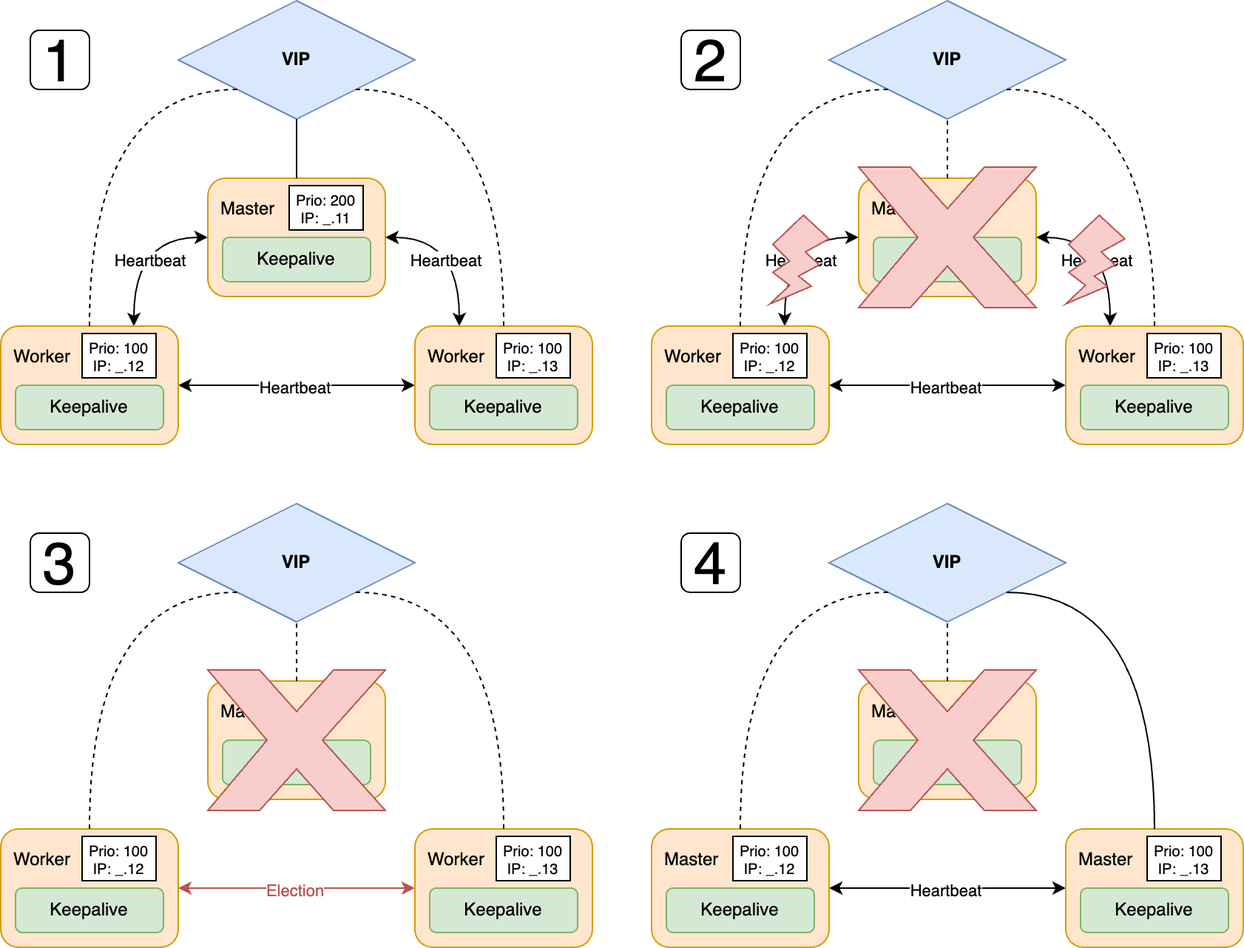
GehriJan/distributed-systems-exam keeps this draw.io diagram as assets/distributed_systems_architecture_error_01.png. Above is the earlier version. Source tidied: cells renumbered, new cells last; positions are measured from the earlier drawing's top-left corner, leaving out a move shared by most shapes.
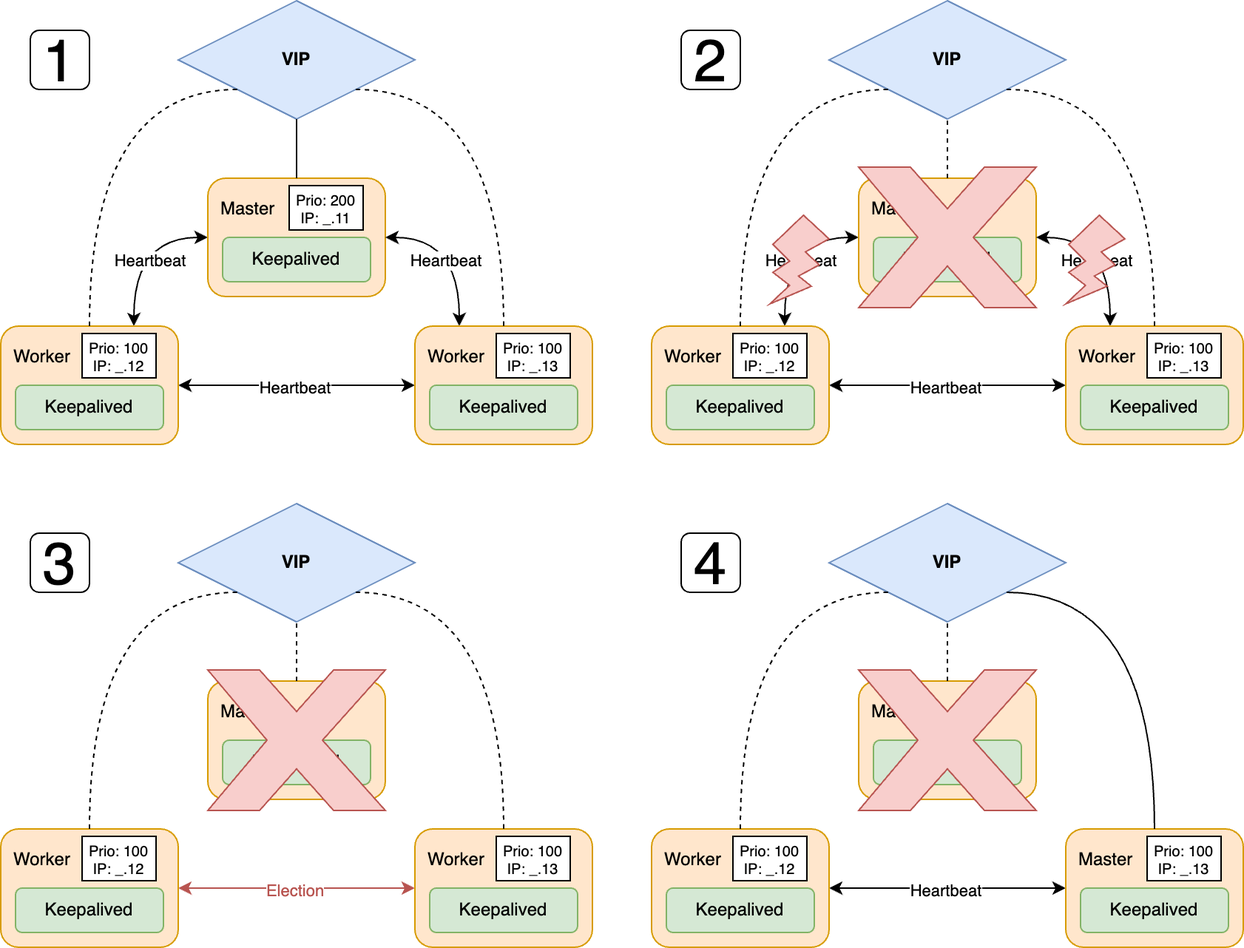
After the commit.

The edit, as a diff of the source:
```diff
@@ -53,13 +53,13 @@
         </Array>
       </mxGeometry>
     </mxCell>
-    <mxCell id="15" value="Keepalive" style="rounded=1;whiteSpace=wrap;html=1;fillColor=#d5e8d4;strokeColor=#82b366;" parent="1" vertex="1">
+    <mxCell id="15" value="Keepalived" style="rounded=1;whiteSpace=wrap;html=1;fillColor=#d5e8d4;strokeColor=#82b366;" parent="1" vertex="1">
       <mxGeometry x="10" y="260" width="100" height="30" as="geometry" />
     </mxCell>
-    <mxCell id="16" value="Keepalive" style="rounded=1;whiteSpace=wrap;html=1;fillColor=#d5e8d4;strokeColor=#82b366;" parent="1" vertex="1">
+    <mxCell id="16" value="Keepalived" style="rounded=1;whiteSpace=wrap;html=1;fillColor=#d5e8d4;strokeColor=#82b366;" parent="1" vertex="1">
       <mxGeometry x="150" y="160" width="100" height="30" as="geometry" />
     </mxCell>
-    <mxCell id="17" value="Keepalive" style="rounded=1;whiteSpace=wrap;html=1;fillColor=#d5e8d4;strokeColor=#82b366;" parent="1" vertex="1">
+    <mxCell id="17" value="Keepalived" style="rounded=1;whiteSpace=wrap;html=1;fillColor=#d5e8d4;strokeColor=#82b366;" parent="1" vertex="1">
       <mxGeometry x="290" y="260" width="100" height="30" as="geometry" />
     </mxCell>
     <mxCell id="18" style="edgeStyle=none;html=1;exitX=1;exitY=0.5;exitDx=0;exitDy=0;entryX=0;entryY=0.5;entryDx=0;entryDy=0;startArrow=classic;startFill=1;" parent="1" edge="1" source="22" target="26">
@@ -113,13 +113,13 @@
         </Array>
       </mxGeometry>
     </mxCell>
-    <mxCell id="31" value="Keepalive" style="rounded=1;whiteSpace=wrap;html=1;fillColor=#d5e8d4;strokeColor=#82b366;" parent="1" vertex="1">
+    <mxCell id="31" value="Keepalived" style="rounded=1;whiteSpace=wrap;html=1;fillColor=#d5e8d4;strokeColor=#82b366;" parent="1" vertex="1">
       <mxGeometry x="450" y="260" width="100" height="30" as="geometry" />
     </mxCell>
-    <mxCell id="32" value="Keepalive" style="rounded=1;whiteSpace=wrap;html=1;fillColor=#d5e8d4;strokeColor=#82b366;" parent="1" vertex="1">
+    <mxCell id="32" value="Keepalived" style="rounded=1;whiteSpace=wrap;html=1;fillColor=#d5e8d4;strokeColor=#82b366;" parent="1" vertex="1">
       <mxGeometry x="590" y="160" width="100" height="30" as="geometry" />
     </mxCell>
-    <mxCell id="33" value="Keepalive" style="rounded=1;whiteSpace=wrap;html=1;fillColor=#d5e8d4;strokeColor=#82b366;" parent="1" vertex="1">
+    <mxCell id="33" value="Keepalived" style="rounded=1;whiteSpace=wrap;html=1;fillColor=#d5e8d4;strokeColor=#82b366;" parent="1" vertex="1">
       <mxGeometry x="730" y="260" width="100" height="30" as="geometry" />
     </mxCell>
     <mxCell id="34" style="verticalLabelPosition=bottom;verticalAlign=top;html=1;shape=mxgraph.basic.x;fillColor=#f8cecc;strokeColor=#b85450;" parent="1" vertex="1">
@@ -166,13 +166,13 @@
         </Array>
       </mxGeometry>
     </mxCell>
-    <mxCell id="46" value="Keepalive" style="rounded=1;whiteSpace=wrap;html=1;fillColor=#d5e8d4;strokeColor=#82b366;" parent="1" vertex="1">
+    <mxCell id="46" value="Keepalived" style="rounded=1;whiteSpace=wrap;html=1;fillColor=#d5e8d4;strokeColor=#82b366;" parent="1" vertex="1">
       <mxGeometry x="10" y="600" width="100" height="30" as="geometry" />
     </mxCell>
-    <mxCell id="47" value="Keepalive" style="rounded=1;whiteSpace=wrap;html=1;fillColor=#d5e8d4;strokeColor=#82b366;" parent="1" vertex="1">
+    <mxCell id="47" value="Keepalived" style="rounded=1;whiteSpace=wrap;html=1;fillColor=#d5e8d4;strokeColor=#82b366;" parent="1" vertex="1">
       <mxGeometry x="150" y="500" width="100" height="30" as="geometry" />
     </mxCell>
-    <mxCell id="48" value="Keepalive" style="rounded=1;whiteSpace=wrap;html=1;fillColor=#d5e8d4;strokeColor=#82b366;" parent="1" vertex="1">
+    <mxCell id="48" value="Keepalived" style="rounded=1;whiteSpace=wrap;html=1;fillColor=#d5e8d4;strokeColor=#82b366;" parent="1" vertex="1">
       <mxGeometry x="290" y="600" width="100" height="30" as="geometry" />
     </mxCell>
     <mxCell id="49" style="verticalLabelPosition=bottom;verticalAlign=top;html=1;shape=mxgraph.basic.x;fillColor=#f8cecc;strokeColor=#b85450;" parent="1" vertex="1">
@@ -184,7 +184,7 @@
     <mxCell id="51" value="&lt;font style=&quot;color: light-dark(rgb(0, 0, 0), rgb(237, 237, 237));&quot;&gt;Heartbeat&lt;/font&gt;" style="edgeLabel;html=1;align=center;verticalAlign=middle;" parent="50" vertex="1">
       <mxGeometry x="-0.02" y="-1" relative="1" as="geometry" />
     </mxCell>
-    <mxCell id="52" value="Master" style="rounded=1;whiteSpace=wrap;html=1;fillColor=#ffe6cc;strokeColor=#d79b00;align=left;verticalAlign=top;spacing=9;fontSize=12;" parent="1" vertex="1">
+    <mxCell id="52" value="Worker" style="rounded=1;whiteSpace=wrap;html=1;fillColor=#ffe6cc;strokeColor=#d79b00;align=left;verticalAlign=top;spacing=9;fontSize=12;" parent="1" vertex="1">
       <mxGeometry x="440" y="560" width="120" height="80" as="geometry" />
     </mxCell>
     <mxCell id="53" value="Master" style="rounded=1;whiteSpace=wrap;html=1;fillColor=#ffe6cc;strokeColor=#d79b00;align=left;verticalAlign=top;spacing=9;" parent="1" vertex="1">
@@ -213,13 +213,13 @@
         </Array>
       </mxGeometry>
     </mxCell>
-    <mxCell id="59" value="Keepalive" style="rounded=1;whiteSpace=wrap;html=1;fillColor=#d5e8d4;strokeColor=#82b366;" parent="1" vertex="1">
+    <mxCell id="59" value="Keepalived" style="rounded=1;whiteSpace=wrap;html=1;fillColor=#d5e8d4;strokeColor=#82b366;" parent="1" vertex="1">
       <mxGeometry x="450" y="600" width="100" height="30" as="geometry" />
     </mxCell>
     <mxCell id="60" value="Keepalive" style="rounded=1;whiteSpace=wrap;html=1;fillColor=#d5e8d4;strokeColor=#82b366;" parent="1" vertex="1">
       <mxGeometry x="590" y="500" width="100" height="30" as="geometry" />
     </mxCell>
-    <mxCell id="61" value="Keepalive" style="rounded=1;whiteSpace=wrap;html=1;fillColor=#d5e8d4;strokeColor=#82b366;" parent="1" vertex="1">
+    <mxCell id="61" value="Keepalived" style="rounded=1;whiteSpace=wrap;html=1;fillColor=#d5e8d4;strokeColor=#82b366;" parent="1" vertex="1">
       <mxGeometry x="730" y="600" width="100" height="30" as="geometry" />
     </mxCell>
     <mxCell id="62" style="verticalLabelPosition=bottom;verticalAlign=top;html=1;shape=mxgraph.basic.x;fillColor=#f8cecc;strokeColor=#b85450;" parent="1" vertex="1">
```
